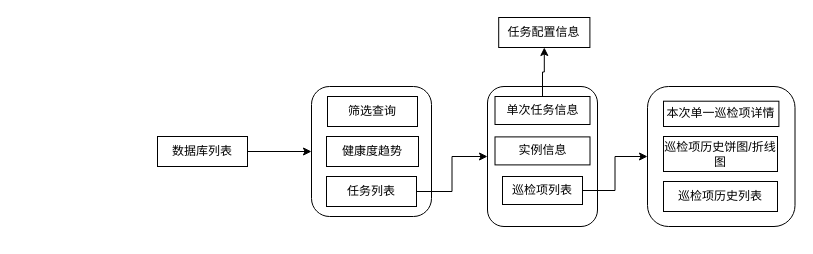
Earlier version of the draw.io diagram page_structure.drawio (Lee-7723/Git). Source tidied: cells renumbered, new cells numbered last; positions are measured from the earlier drawing's top-left corner, leaving out a move shared by most shapes. Both pictures are drawn from the tidied source at 100%, with x=0, y=0 at pixel (157, 17).
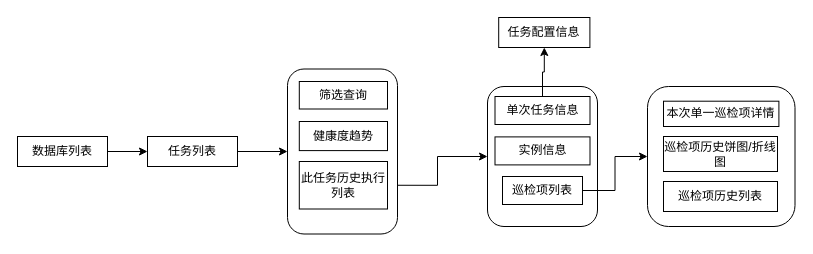
The same diagram, later.

The change refers to these unchanged cells:
```xml
<mxCell id="5" style="rounded=1;whiteSpace=wrap;html=1;" parent="4" vertex="1">
  <mxGeometry width="110" height="140" as="geometry" />
</mxCell>
```

What changed in the source:
```diff
@@
-    <mxCell id="2" style="edgeStyle=orthogonalEdgeStyle;rounded=0;jettySize=auto;html=1;exitX=1;exitY=0.5;exitDx=0;exitDy=0;" parent="1" edge="1" source="3" target="18">
-      <mxGeometry relative="1" as="geometry" />
-    </mxCell>
+    <mxCell id="23" style="edgeStyle=orthogonalEdgeStyle;rounded=0;jettySize=auto;html=1;exitX=1;exitY=0.5;exitDx=0;exitDy=0;" parent="1" edge="1" source="3" target="25">
+      <mxGeometry relative="1" as="geometry" />
+    </mxCell>
     <mxCell id="3" value="数据库列表" style="rounded=0;whiteSpace=wrap;html=1;" parent="1" vertex="1">
-      <mxGeometry y="119" width="90" height="30" as="geometry" />
+      <mxGeometry x="-140" y="119" width="90" height="30" as="geometry" />
     </mxCell>
@@
+    <mxCell id="22" style="edgeStyle=orthogonalEdgeStyle;rounded=0;jettySize=auto;html=1;exitX=1;exitY=0.5;exitDx=0;exitDy=0;entryX=0;entryY=0.5;entryDx=0;entryDy=0;" parent="1" edge="1" source="19" target="5">
+      <mxGeometry relative="1" as="geometry" />
+    </mxCell>
+    <mxCell id="24" style="edgeStyle=orthogonalEdgeStyle;rounded=0;jettySize=auto;html=1;exitX=1;exitY=0.5;exitDx=0;exitDy=0;entryX=0;entryY=0.5;entryDx=0;entryDy=0;" parent="1" edge="1" source="25" target="18">
+      <mxGeometry relative="1" as="geometry" />
+    </mxCell>
+    <mxCell id="25" value="&lt;div&gt;任务列表&lt;/div&gt;" style="rounded=0;whiteSpace=wrap;html=1;" parent="1" vertex="1">
+      <mxGeometry x="-10" y="119" width="90" height="30" as="geometry" />
+    </mxCell>
+    <mxCell id="26" style="group;" parent="1" vertex="1">
+      <mxGeometry x="130" y="51.5" width="110" height="165" as="geometry" />
+    </mxCell>
-    <mxCell id="17" style="group;" parent="1" vertex="1">
-      <mxGeometry x="155" y="49" width="120" height="170" as="geometry" />
+    <mxCell id="17" style="group;" parent="26" vertex="1">
+      <mxGeometry width="109.6" height="165" as="geometry" />
     </mxCell>
     <mxCell id="18" style="rounded=1;whiteSpace=wrap;html=1;" parent="17" vertex="1">
-      <mxGeometry x="-1" y="20" width="120" height="130" as="geometry" />
+      <mxGeometry width="110" height="165" as="geometry" />
     </mxCell>
-    <mxCell id="19" value="&lt;div&gt;任务列表&lt;/div&gt;" style="rounded=0;whiteSpace=wrap;html=1;" parent="17" vertex="1">
-      <mxGeometry x="14" y="110" width="90" height="30" as="geometry" />
+    <mxCell id="19" value="&lt;div&gt;此任务历史执行列表&lt;/div&gt;" style="rounded=0;whiteSpace=wrap;html=1;" parent="17" vertex="1">
+      <mxGeometry x="11.8" y="92.5" width="88.2" height="47.5" as="geometry" />
     </mxCell>
     <mxCell id="20" value="筛选查询" style="rounded=0;whiteSpace=wrap;html=1;" parent="17" vertex="1">
-      <mxGeometry x="15" y="30" width="90" height="30" as="geometry" />
+      <mxGeometry x="11.8" y="12.5" width="88.2" height="27.5" as="geometry" />
     </mxCell>
     <mxCell id="21" value="健康度趋势" style="rounded=0;whiteSpace=wrap;html=1;" parent="17" vertex="1">
-      <mxGeometry x="14" y="70" width="92" height="30" as="geometry" />
+      <mxGeometry x="11.8" y="52.5" width="88.2" height="29.1" as="geometry" />
     </mxCell>
-    <mxCell id="22" style="edgeStyle=orthogonalEdgeStyle;rounded=0;jettySize=auto;html=1;exitX=1;exitY=0.5;exitDx=0;exitDy=0;entryX=0;entryY=0.5;entryDx=0;entryDy=0;" parent="1" edge="1" source="19" target="5">
-      <mxGeometry relative="1" as="geometry" />
-    </mxCell>
```
